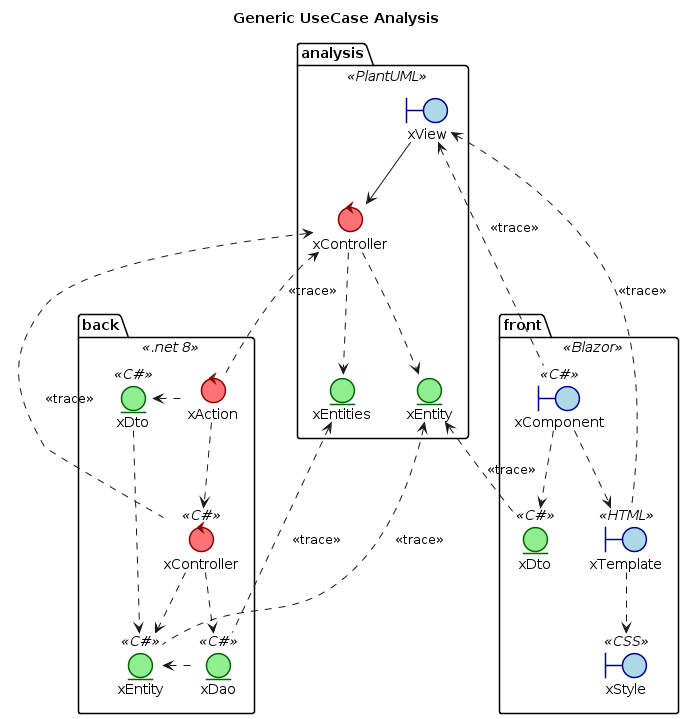
Before: out/DesignView/UseCaseDesign/UseCaseDesign.png, a diagram exported from PlantUML (wsmcbl/wsmcbl.doc).
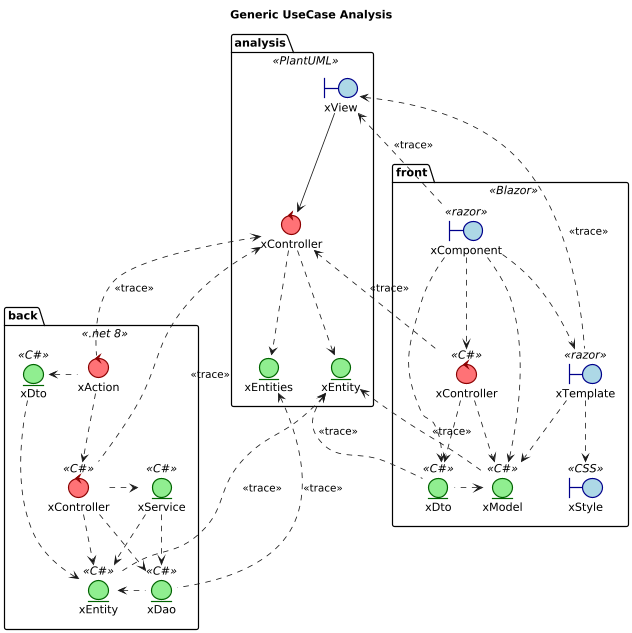
Later version of the same file.

Commit message:
Update: UseCaseDesign view, generic usecase design

What changed in the source:
```diff
@@ -31,14 +31,23 @@
 }
 
 package front <<Blazor>>{
-    boundary xTemplate <<HTML>>
+    boundary xTemplate <<razor>>
     boundary xStyle <<CSS>>
-    boundary xComponent <<C#>>
+    boundary xComponent <<razor>>
+    control f.xController  as "xController" <<C#>>
     entity xDto <<C#>>
+    entity xModel <<C#>>
 
     xComponent ..> xDto
+    xComponent ..> xModel
+    xComponent ..> f.xController
+    f.xController ..> xDto
+    f.xController ..> xModel
+
+    xDto .left.> xModel
     xComponent ..> xTemplate
     xTemplate ..> xStyle
+    xTemplate .right.> xModel
 }
 
 package back <<.net 8>>{
@@ -48,11 +57,15 @@
     entity b.xDto as "xDto" <<C#>>
     entity b.xEntity as "xEntity" <<C#>>
     entity xDao <<C#>>
+    entity xService <<C#>>
 
     xAction ..> b.xController
     xAction .left.> b.xDto
     b.xController ..> b.xEntity
     b.xController ..> xDao
+    b.xController .right.> xService
+    xService ..> b.xEntity
+    xService ..> xDao
     b.xDto ..> b.xEntity
     xDao .left.> b.xEntity
 }
@@ -65,4 +78,7 @@
 xComponent .up.> xView : <<trace>>
 xTemplate .up.> xView : <<trace>>
 xDto .up.> xEntity : <<trace>>
+xModel .up.> xEntity : <<trace>>
+f.xController .up.> xController : <<trace>>
+
 @enduml
```
